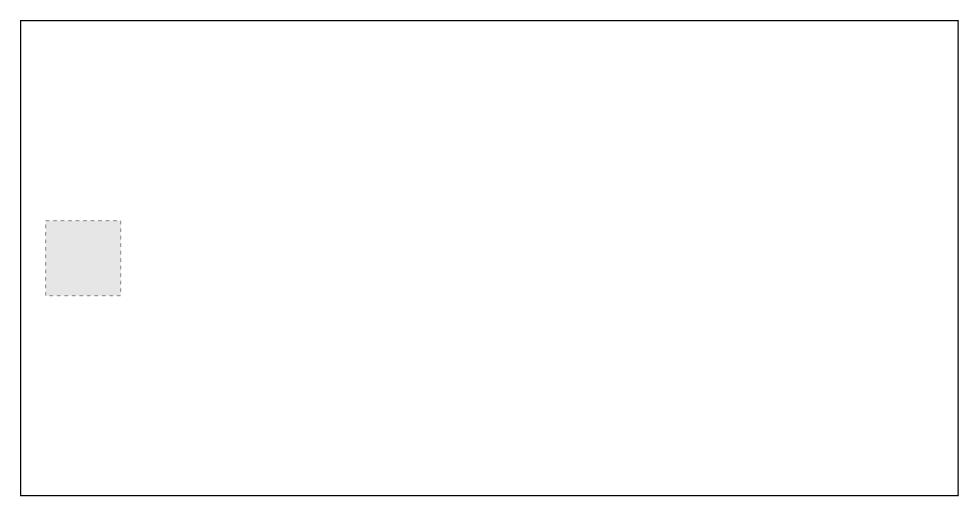
Above: docs/data architecture.drawio in david11133/NASA-Data-Ingestion-Pipeline (draw.io), before the change. Source tidied: cells renumbered, new cells numbered last; positions are measured from the earlier drawing's top-left corner, leaving out a move shared by most shapes. Both pictures are drawn from the tidied source at 125%, with x=0, y=0 at pixel (20, 20). Pictures stored in the file or linked from it are replaced by grey dashed boxes.
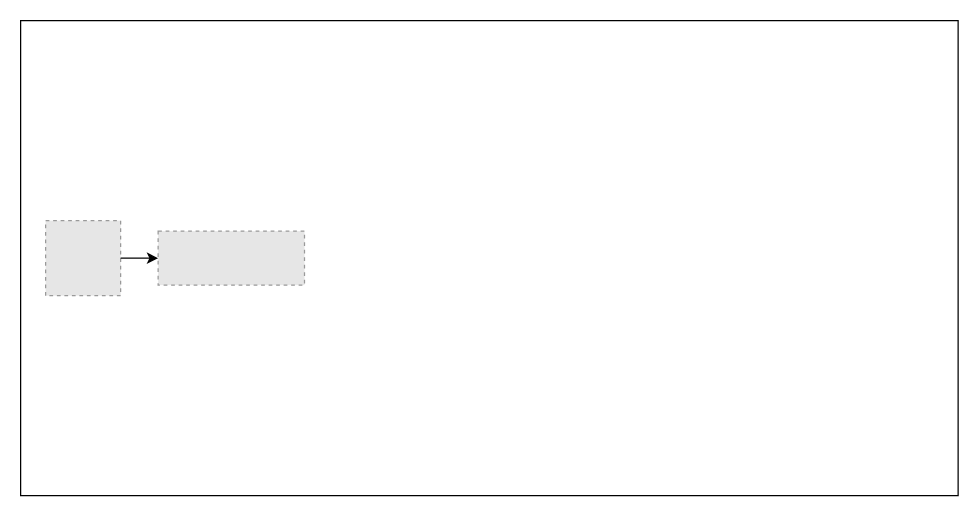
Above is the later version.

Change to the diagram source:
```diff
@@
 <mxGraphModel>
   <root>
     <mxCell id="0" />
     <mxCell id="1" parent="0" />
     <mxCell id="2" style="rounded=0;whiteSpace=wrap;html=1;" parent="1" vertex="1">
       <mxGeometry width="750" height="380" as="geometry" />
     </mxCell>
     <mxCell id="3" style="fillColor=#E6E6E6;strokeColor=#999999;dashed=1;verticalLabelPosition=bottom;verticalAlign=top;" parent="1" vertex="1">
       <mxGeometry x="20" y="160" width="60" height="60" as="geometry" />
     </mxCell>
+    <mxCell id="4" style="endArrow=classic;html=1;rounded=0;exitX=1;exitY=0.5;exitDx=0;exitDy=0;entryX=0;entryY=0.5;entryDx=0;entryDy=0;" parent="1" edge="1" source="3" target="5">
+      <mxGeometry relative="1" as="geometry" />
+    </mxCell>
+    <mxCell id="5" style="fillColor=#E6E6E6;strokeColor=#999999;dashed=1;verticalLabelPosition=bottom;verticalAlign=top;" parent="1" vertex="1">
+      <mxGeometry x="110" y="168.4" width="117.1" height="43.2" as="geometry" />
+    </mxCell>
   </root>
 </mxGraphModel>
```
